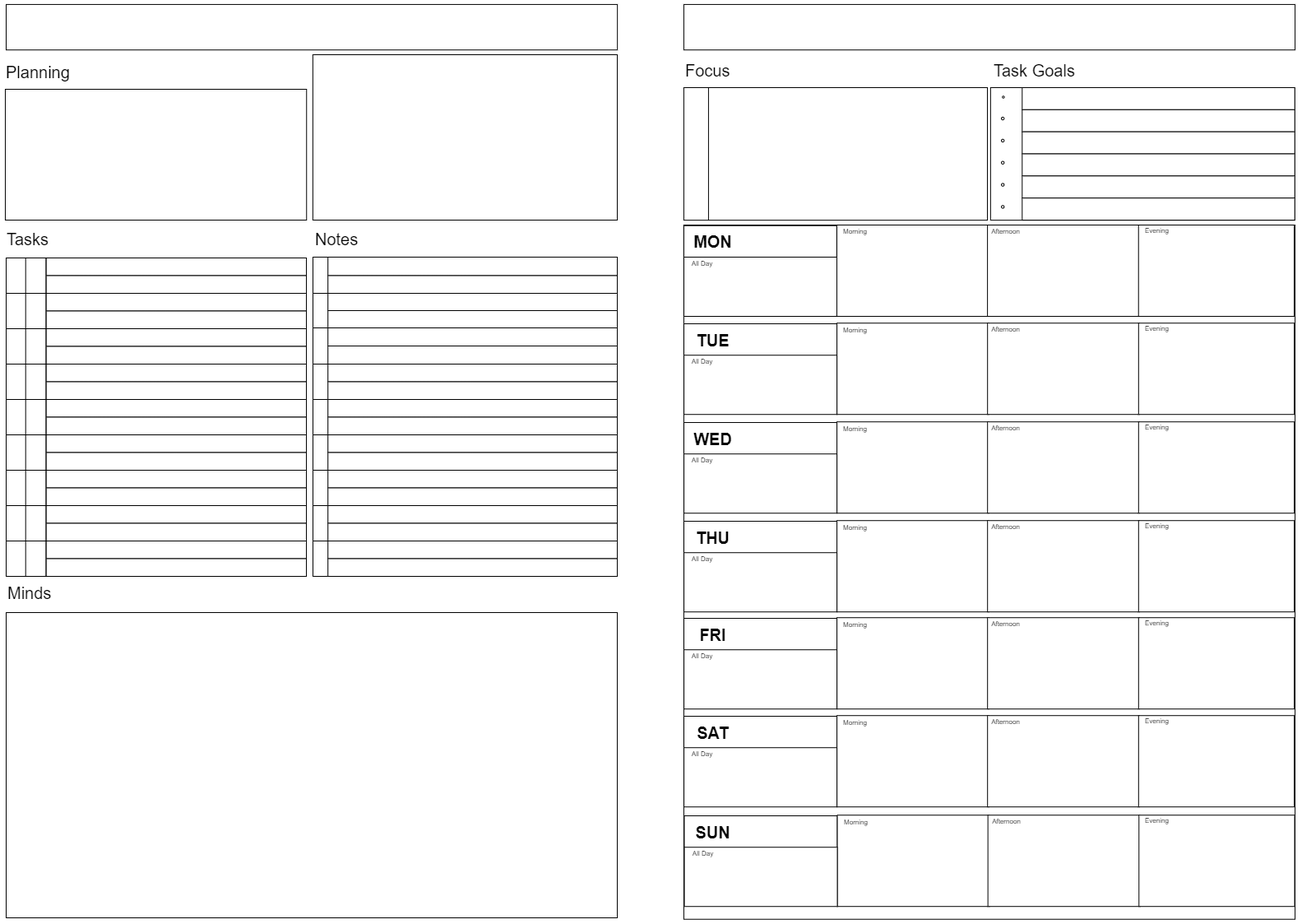
This is src/res/Planner-Weekly-Onenote.png from raibru/note-planner, a draw.io export, as it was before one commit. Source tidied: cells renumbered, new cells last; positions are measured from the earlier drawing's top-left corner, leaving out a move shared by most shapes.
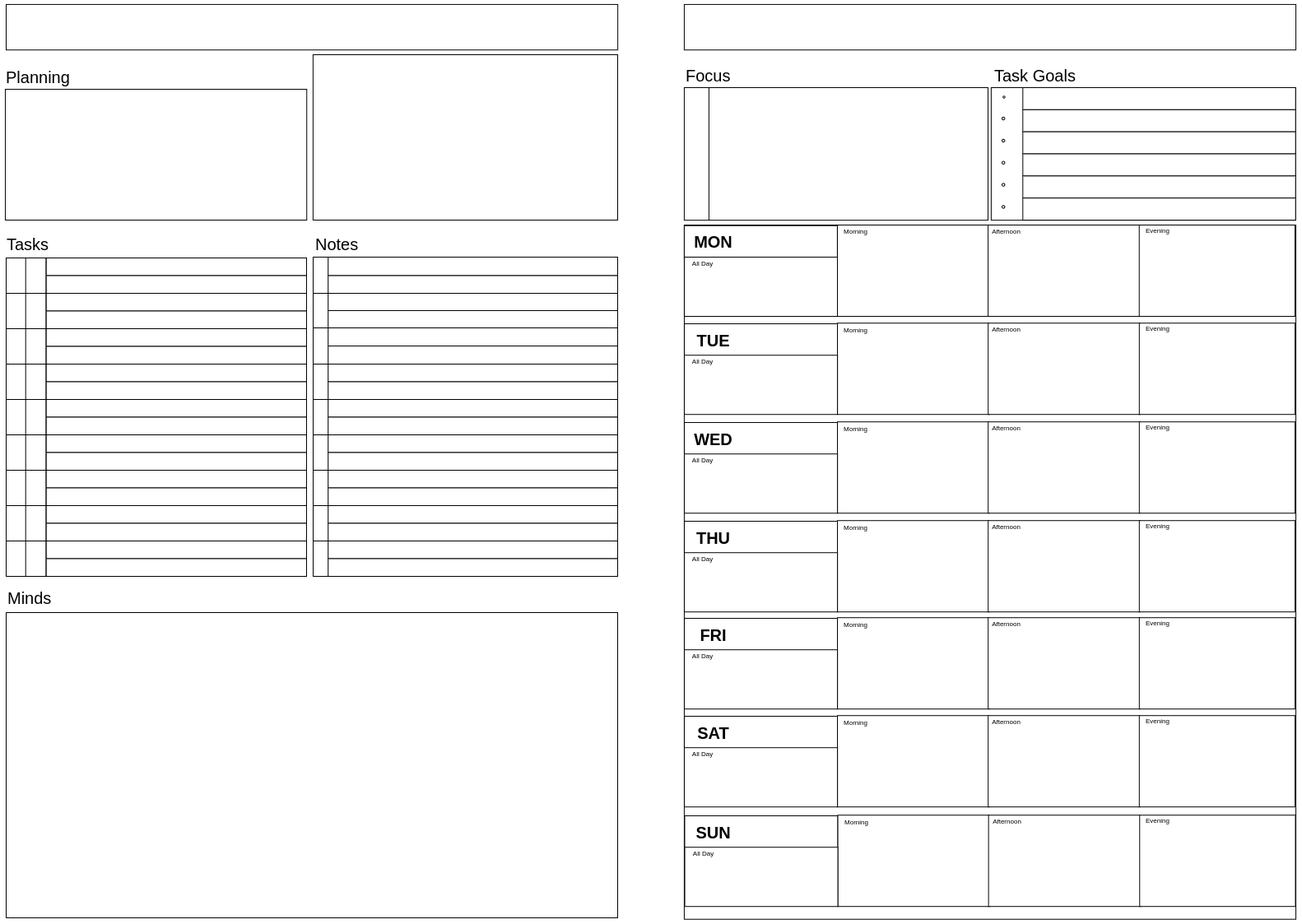
The same diagram one commit later.

Commit message:
FEAT(plan): overwork Onenote page templates

Change to the diagram source:
```diff
@@ -83,19 +83,19 @@
     <mxCell id="28" style="group;" parent="1" vertex="1">
       <mxGeometry x="826" y="59" width="745" height="42" as="geometry" />
     </mxCell>
-    <mxCell id="29" value="&lt;span style=&quot;font-size: 20px;&quot;&gt;Focus&lt;/span&gt;" style="text;html=1;strokeColor=none;fillColor=none;align=left;verticalAlign=middle;whiteSpace=wrap;rounded=0;fontSize=13;" parent="28" vertex="1">
+    <mxCell id="29" value="&lt;span style=&quot;font-size: 20px;&quot;&gt;Focus&lt;/span&gt;" style="text;html=1;strokeColor=none;fillColor=none;align=left;verticalAlign=bottom;whiteSpace=wrap;rounded=0;fontSize=13;" parent="28" vertex="1">
       <mxGeometry width="370" height="42" as="geometry" />
     </mxCell>
-    <mxCell id="30" value="&lt;span style=&quot;font-size: 20px;&quot;&gt;Task Goals&lt;/span&gt;" style="text;html=1;strokeColor=none;fillColor=none;align=left;verticalAlign=middle;whiteSpace=wrap;rounded=0;fontSize=13;" parent="28" vertex="1">
+    <mxCell id="30" value="&lt;span style=&quot;font-size: 20px;&quot;&gt;Task Goals&lt;/span&gt;" style="text;html=1;strokeColor=none;fillColor=none;align=left;verticalAlign=bottom;whiteSpace=wrap;rounded=0;fontSize=13;" parent="28" vertex="1">
       <mxGeometry x="375" width="370" height="42" as="geometry" />
     </mxCell>
     <mxCell id="31" style="group;" parent="1" vertex="1">
       <mxGeometry x="1" y="264" width="745" height="42" as="geometry" />
     </mxCell>
-    <mxCell id="32" value="&lt;span style=&quot;font-size: 20px;&quot;&gt;Tasks&lt;/span&gt;" style="text;html=1;strokeColor=none;fillColor=none;align=left;verticalAlign=middle;whiteSpace=wrap;rounded=0;fontSize=13;" parent="31" vertex="1">
+    <mxCell id="32" value="&lt;span style=&quot;font-size: 20px;&quot;&gt;Tasks&lt;/span&gt;" style="text;html=1;strokeColor=none;fillColor=none;align=left;verticalAlign=bottom;whiteSpace=wrap;rounded=0;fontSize=13;" parent="31" vertex="1">
       <mxGeometry width="370" height="42" as="geometry" />
     </mxCell>
-    <mxCell id="33" value="&lt;span style=&quot;font-size: 20px;&quot;&gt;Notes&lt;/span&gt;" style="text;html=1;strokeColor=none;fillColor=none;align=left;verticalAlign=middle;whiteSpace=wrap;rounded=0;fontSize=13;" parent="31" vertex="1">
+    <mxCell id="33" value="&lt;span style=&quot;font-size: 20px;&quot;&gt;Notes&lt;/span&gt;" style="text;html=1;strokeColor=none;fillColor=none;align=left;verticalAlign=bottom;whiteSpace=wrap;rounded=0;fontSize=13;" parent="31" vertex="1">
       <mxGeometry x="375" width="370" height="42" as="geometry" />
     </mxCell>
     <mxCell id="34" style="group;" parent="1" vertex="1">
@@ -107,7 +107,7 @@
     <mxCell id="36" style="rounded=0;whiteSpace=wrap;html=1;fontSize=20;" parent="34" vertex="1">
       <mxGeometry x="374.9" width="370.1" height="201" as="geometry" />
     </mxCell>
-    <mxCell id="37" value="&lt;span style=&quot;font-size: 20px;&quot;&gt;Planning&lt;/span&gt;" style="text;html=1;strokeColor=none;fillColor=none;align=left;verticalAlign=middle;whiteSpace=wrap;rounded=0;fontSize=13;" parent="34" vertex="1">
+    <mxCell id="37" value="&lt;span style=&quot;font-size: 20px;&quot;&gt;Planning&lt;/span&gt;" style="text;html=1;strokeColor=none;fillColor=none;align=left;verticalAlign=bottom;whiteSpace=wrap;rounded=0;fontSize=13;" parent="34" vertex="1">
       <mxGeometry width="368.2" height="42" as="geometry" />
     </mxCell>
     <mxCell id="38" style="rounded=0;whiteSpace=wrap;html=1;" parent="1" vertex="1">
@@ -332,7 +332,7 @@
     <mxCell id="111" style="rounded=0;whiteSpace=wrap;html=1;" parent="110" vertex="1">
       <mxGeometry width="24.6" height="43" as="geometry" />
     </mxCell>
-    <mxCell id="112" value="&lt;span style=&quot;font-size: 20px;&quot;&gt;Minds&lt;/span&gt;" style="text;html=1;strokeColor=none;fillColor=none;align=left;verticalAlign=middle;whiteSpace=wrap;rounded=0;fontSize=13;" parent="1" vertex="1">
+    <mxCell id="112" value="&lt;span style=&quot;font-size: 20px;&quot;&gt;Minds&lt;/span&gt;" style="text;html=1;strokeColor=none;fillColor=none;align=left;verticalAlign=bottom;whiteSpace=wrap;rounded=0;fontSize=13;" parent="1" vertex="1">
       <mxGeometry x="2" y="694" width="743" height="42" as="geometry" />
     </mxCell>
     <mxCell id="113" style="group;" parent="1" vertex="1">
```
